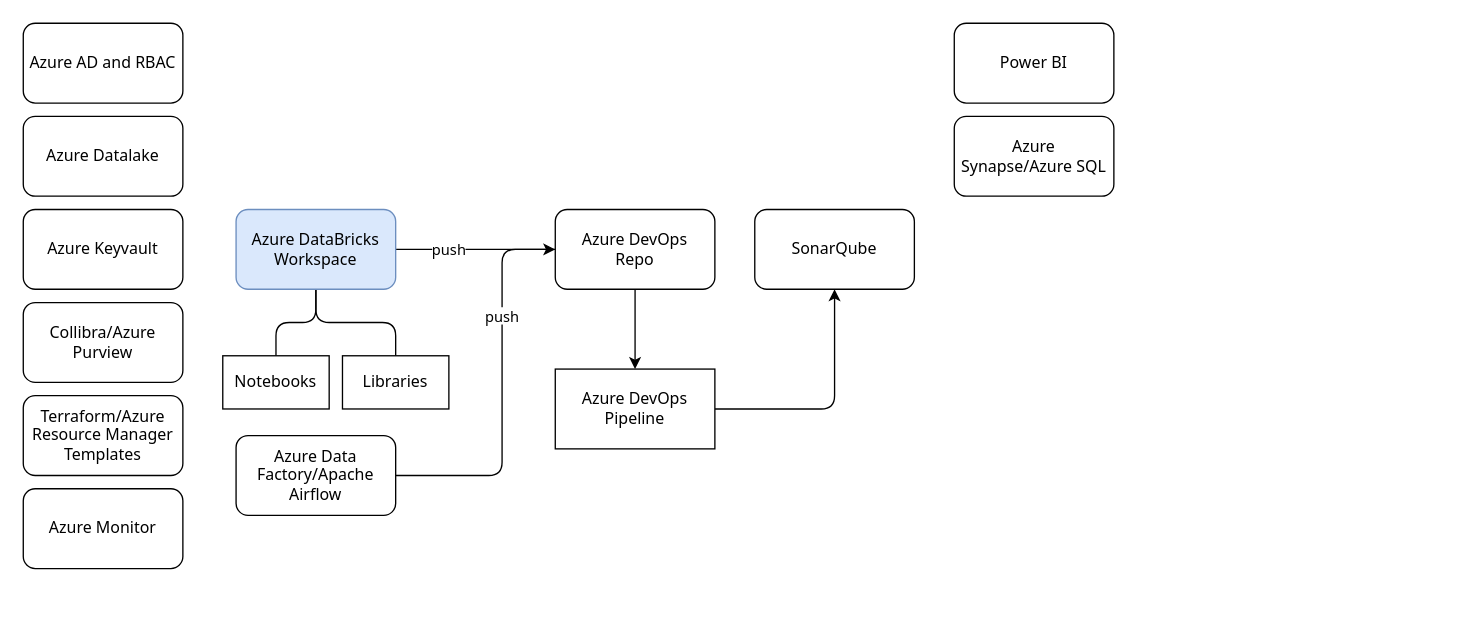
Above: page "Ecosystem" (5 of 5) of databricks.drawio in kanchantewary/MindMaps (draw.io), before the change. Source tidied: cells renumbered, new cells numbered last; positions are measured from the earlier drawing's top-left corner, leaving out a move shared by most shapes. Both pictures are drawn from the tidied source at 133%, with x=0, y=0 at pixel (23, 23).
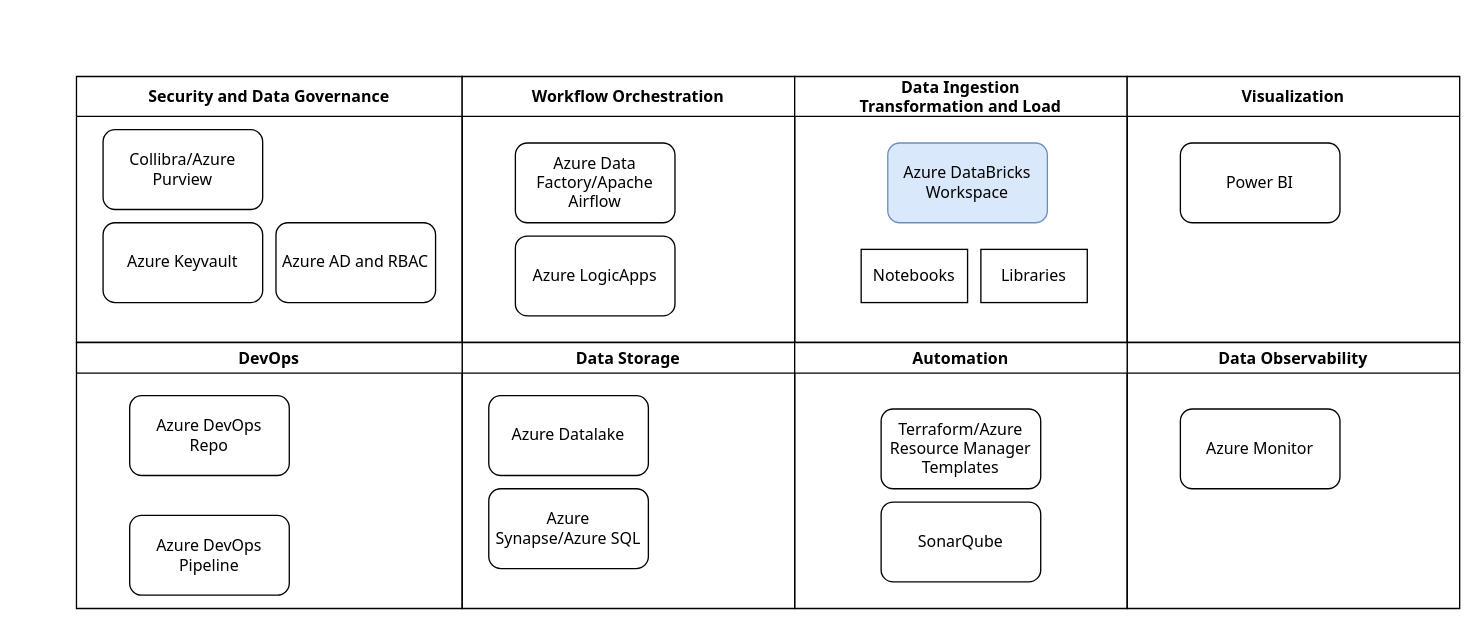
The same page after the edit.

What changed in the source:
```diff
@@
-    <mxCell id="2" value="push" style="edgeStyle=orthogonalEdgeStyle;rounded=0;jettySize=auto;html=1;fontFamily=Tahoma;" parent="1" edge="1" source="5" target="7">
-      <mxGeometry x="-0.33" relative="1" as="geometry" />
-    </mxCell>
-    <mxCell id="3" style="edgeStyle=orthogonalEdgeStyle;rounded=1;jettySize=auto;html=1;fontFamily=Tahoma;endArrow=none;endFill=0;" parent="1" edge="1" source="5" target="17">
-      <mxGeometry relative="1" as="geometry" />
-    </mxCell>
-    <mxCell id="4" style="edgeStyle=orthogonalEdgeStyle;rounded=1;jettySize=auto;html=1;fontFamily=Tahoma;endArrow=none;endFill=0;" parent="1" edge="1" source="5" target="18">
-      <mxGeometry relative="1" as="geometry" />
-    </mxCell>
+    <mxCell id="23" value="Security and Data Governance" style="swimlane;fontFamily=Tahoma;startSize=30;" parent="1" vertex="1">
+      <mxGeometry x="40" y="40" width="290" height="200" as="geometry" />
+    </mxCell>
+    <mxCell id="11" value="Collibra/Azure Purview" style="rounded=1;whiteSpace=wrap;html=1;fontFamily=Tahoma;" parent="23" vertex="1">
+      <mxGeometry x="20" y="40" width="120" height="60" as="geometry" />
+    </mxCell>
+    <mxCell id="14" value="Azure Keyvault" style="rounded=1;whiteSpace=wrap;html=1;fontFamily=Tahoma;" parent="23" vertex="1">
+      <mxGeometry x="20" y="110" width="120" height="60" as="geometry" />
+    </mxCell>
+    <mxCell id="16" value="Azure AD and RBAC" style="rounded=1;whiteSpace=wrap;html=1;fontFamily=Tahoma;" parent="23" vertex="1">
+      <mxGeometry x="150" y="110" width="120" height="60" as="geometry" />
+    </mxCell>
+    <mxCell id="24" value="Workflow Orchestration" style="swimlane;fontFamily=Tahoma;startSize=30;" parent="1" vertex="1">
+      <mxGeometry x="330" y="40" width="250" height="200" as="geometry" />
+    </mxCell>
+    <mxCell id="13" value="Azure Data Factory/Apache Airflow" style="rounded=1;whiteSpace=wrap;html=1;fontFamily=Tahoma;" parent="24" vertex="1">
+      <mxGeometry x="40" y="50" width="120" height="60" as="geometry" />
+    </mxCell>
+    <mxCell id="25" value="Azure LogicApps" style="rounded=1;whiteSpace=wrap;html=1;fontFamily=Tahoma;" parent="24" vertex="1">
+      <mxGeometry x="40" y="120" width="120" height="60" as="geometry" />
+    </mxCell>
+    <mxCell id="26" value="Data Ingestion &#10;Transformation and Load" style="swimlane;fontFamily=Tahoma;startSize=30;" parent="1" vertex="1">
+      <mxGeometry x="580" y="40" width="250" height="200" as="geometry" />
+    </mxCell>
-    <mxCell id="5" value="Azure DataBricks&lt;br&gt;Workspace" style="rounded=1;whiteSpace=wrap;html=1;fontFamily=Tahoma;fillColor=#dae8fc;strokeColor=#6c8ebf;" parent="1" vertex="1">
-      <mxGeometry x="160" y="140" width="120" height="60" as="geometry" />
+    <mxCell id="5" value="Azure DataBricks&lt;br&gt;Workspace" style="rounded=1;whiteSpace=wrap;html=1;fontFamily=Tahoma;fillColor=#dae8fc;strokeColor=#6c8ebf;" parent="26" vertex="1">
+      <mxGeometry x="70" y="50" width="120" height="60" as="geometry" />
     </mxCell>
-    <mxCell id="6" style="edgeStyle=orthogonalEdgeStyle;rounded=1;jettySize=auto;html=1;fontFamily=Tahoma;endArrow=classic;endFill=1;" parent="1" edge="1" source="7" target="9">
-      <mxGeometry relative="1" as="geometry" />
-    </mxCell>
-    <mxCell id="7" value="Azure DevOps &lt;br&gt;Repo" style="rounded=1;whiteSpace=wrap;html=1;fontFamily=Tahoma;" parent="1" vertex="1">
-      <mxGeometry x="400" y="140" width="120" height="60" as="geometry" />
-    </mxCell>
-    <mxCell id="8" style="edgeStyle=orthogonalEdgeStyle;rounded=1;jettySize=auto;html=1;fontFamily=Tahoma;endArrow=classic;endFill=1;" parent="1" edge="1" source="9" target="10">
-      <mxGeometry relative="1" as="geometry" />
-    </mxCell>
-    <mxCell id="9" value="Azure DevOps Pipeline" style="rounded=0;whiteSpace=wrap;html=1;fontFamily=Tahoma;" parent="1" vertex="1">
-      <mxGeometry x="400" y="260" width="120" height="60" as="geometry" />
-    </mxCell>
-    <mxCell id="10" value="SonarQube" style="rounded=1;whiteSpace=wrap;html=1;fontFamily=Tahoma;" parent="1" vertex="1">
-      <mxGeometry x="550" y="140" width="120" height="60" as="geometry" />
-    </mxCell>
-    <mxCell id="11" value="Collibra/Azure Purview" style="rounded=1;whiteSpace=wrap;html=1;fontFamily=Tahoma;" parent="1" vertex="1">
-      <mxGeometry y="210" width="120" height="60" as="geometry" />
-    </mxCell>
-    <mxCell id="12" value="push" style="edgeStyle=orthogonalEdgeStyle;rounded=1;jettySize=auto;html=1;fontFamily=Tahoma;endArrow=none;endFill=0;" parent="1" edge="1" source="13" target="7">
-      <mxGeometry x="0.38" relative="1" as="geometry">
-        <Array as="points">
-          <mxPoint x="360" y="340" />
-          <mxPoint x="360" y="170" />
-        </Array>
-      </mxGeometry>
-    </mxCell>
-    <mxCell id="13" value="Azure Data Factory/Apache Airflow" style="rounded=1;whiteSpace=wrap;html=1;fontFamily=Tahoma;" parent="1" vertex="1">
-      <mxGeometry x="160" y="310" width="120" height="60" as="geometry" />
-    </mxCell>
-    <mxCell id="14" value="Azure Keyvault" style="rounded=1;whiteSpace=wrap;html=1;fontFamily=Tahoma;" parent="1" vertex="1">
-      <mxGeometry y="140" width="120" height="60" as="geometry" />
-    </mxCell>
-    <mxCell id="15" value="Azure Datalake" style="rounded=1;whiteSpace=wrap;html=1;fontFamily=Tahoma;" parent="1" vertex="1">
-      <mxGeometry y="70" width="120" height="60" as="geometry" />
-    </mxCell>
-    <mxCell id="16" value="Azure AD and RBAC" style="rounded=1;whiteSpace=wrap;html=1;fontFamily=Tahoma;" parent="1" vertex="1">
-      <mxGeometry width="120" height="60" as="geometry" />
-    </mxCell>
-    <mxCell id="17" value="Notebooks" style="rounded=0;whiteSpace=wrap;html=1;fontFamily=Tahoma;" parent="1" vertex="1">
-      <mxGeometry x="150" y="250" width="80" height="40" as="geometry" />
+    <mxCell id="17" value="Notebooks" style="rounded=0;whiteSpace=wrap;html=1;fontFamily=Tahoma;" parent="26" vertex="1">
+      <mxGeometry x="50" y="130" width="80" height="40" as="geometry" />
     </mxCell>
-    <mxCell id="18" value="Libraries" style="rounded=0;whiteSpace=wrap;html=1;fontFamily=Tahoma;" parent="1" vertex="1">
-      <mxGeometry x="240" y="250" width="80" height="40" as="geometry" />
+    <mxCell id="18" value="Libraries" style="rounded=0;whiteSpace=wrap;html=1;fontFamily=Tahoma;" parent="26" vertex="1">
+      <mxGeometry x="140" y="130" width="80" height="40" as="geometry" />
     </mxCell>
+    <mxCell id="27" value="Data Storage" style="swimlane;fontFamily=Tahoma;" parent="1" vertex="1">
+      <mxGeometry x="330" y="240" width="250" height="200" as="geometry" />
+    </mxCell>
+    <mxCell id="15" value="Azure Datalake" style="rounded=1;whiteSpace=wrap;html=1;fontFamily=Tahoma;" parent="27" vertex="1">
+      <mxGeometry x="20" y="40" width="120" height="60" as="geometry" />
+    </mxCell>
+    <mxCell id="22" value="Azure Synapse/Azure SQL" style="rounded=1;whiteSpace=wrap;html=1;fontFamily=Tahoma;" parent="27" vertex="1">
+      <mxGeometry x="20" y="110" width="120" height="60" as="geometry" />
+    </mxCell>
+    <mxCell id="28" value="Visualization" style="swimlane;fontFamily=Tahoma;startSize=30;" parent="1" vertex="1">
+      <mxGeometry x="830" y="40" width="250" height="200" as="geometry" />
+    </mxCell>
+    <mxCell id="21" value="Power BI" style="rounded=1;whiteSpace=wrap;html=1;fontFamily=Tahoma;" parent="28" vertex="1">
+      <mxGeometry x="40" y="50" width="120" height="60" as="geometry" />
+    </mxCell>
+    <mxCell id="29" value="DevOps" style="swimlane;fontFamily=Tahoma;" parent="1" vertex="1">
+      <mxGeometry x="40" y="240" width="290" height="200" as="geometry" />
+    </mxCell>
+    <mxCell id="7" value="Azure DevOps &lt;br&gt;Repo" style="rounded=1;whiteSpace=wrap;html=1;fontFamily=Tahoma;" parent="29" vertex="1">
+      <mxGeometry x="40" y="40" width="120" height="60" as="geometry" />
+    </mxCell>
+    <mxCell id="9" value="Azure DevOps Pipeline" style="rounded=1;whiteSpace=wrap;html=1;fontFamily=Tahoma;" parent="29" vertex="1">
+      <mxGeometry x="40" y="130" width="120" height="60" as="geometry" />
+    </mxCell>
+    <mxCell id="30" value="Data Observability" style="swimlane;fontFamily=Tahoma;" parent="1" vertex="1">
+      <mxGeometry x="830" y="240" width="250" height="200" as="geometry" />
+    </mxCell>
+    <mxCell id="20" value="Azure Monitor" style="rounded=1;whiteSpace=wrap;html=1;fontFamily=Tahoma;" parent="30" vertex="1">
+      <mxGeometry x="40" y="50" width="120" height="60" as="geometry" />
+    </mxCell>
+    <mxCell id="31" value="Automation" style="swimlane;fontFamily=Tahoma;" parent="1" vertex="1">
+      <mxGeometry x="580" y="240" width="250" height="200" as="geometry" />
+    </mxCell>
-    <mxCell id="19" value="Terraform/Azure Resource Manager Templates" style="rounded=1;whiteSpace=wrap;html=1;fontFamily=Tahoma;" parent="1" vertex="1">
-      <mxGeometry y="280" width="120" height="60" as="geometry" />
+    <mxCell id="19" value="Terraform/Azure Resource Manager Templates" style="rounded=1;whiteSpace=wrap;html=1;fontFamily=Tahoma;" parent="31" vertex="1">
+      <mxGeometry x="65" y="50" width="120" height="60" as="geometry" />
     </mxCell>
-    <mxCell id="20" value="Azure Monitor" style="rounded=1;whiteSpace=wrap;html=1;fontFamily=Tahoma;" parent="1" vertex="1">
-      <mxGeometry y="350" width="120" height="60" as="geometry" />
-    </mxCell>
-    <mxCell id="21" value="Power BI" style="rounded=1;whiteSpace=wrap;html=1;fontFamily=Tahoma;" parent="1" vertex="1">
-      <mxGeometry x="700" width="120" height="60" as="geometry" />
-    </mxCell>
-    <mxCell id="22" value="Azure Synapse/Azure SQL" style="rounded=1;whiteSpace=wrap;html=1;fontFamily=Tahoma;" parent="1" vertex="1">
-      <mxGeometry x="700" y="70" width="120" height="60" as="geometry" />
-    </mxCell>
+    <mxCell id="10" value="SonarQube" style="rounded=1;whiteSpace=wrap;html=1;fontFamily=Tahoma;" parent="31" vertex="1">
+      <mxGeometry x="65" y="120" width="120" height="60" as="geometry" />
+    </mxCell>
```
